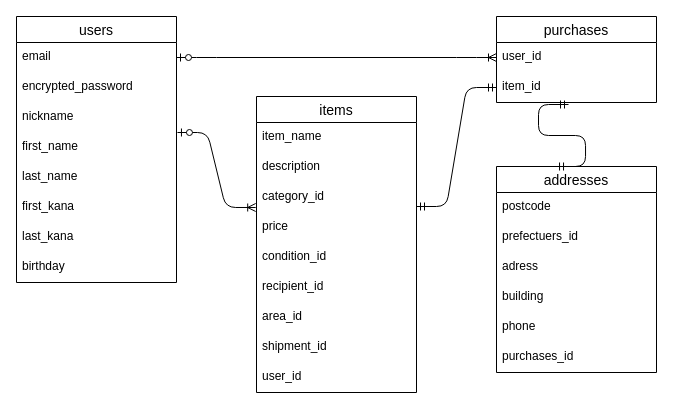
Earlier version of the draw.io diagram ER.dio (datiko1115/baton_app5). Source tidied: cells renumbered, new cells numbered last; positions are measured from the earlier drawing's top-left corner, leaving out a move shared by most shapes. Both pictures are drawn from the tidied source at 100%, with x=0, y=0 at pixel (16, 16).
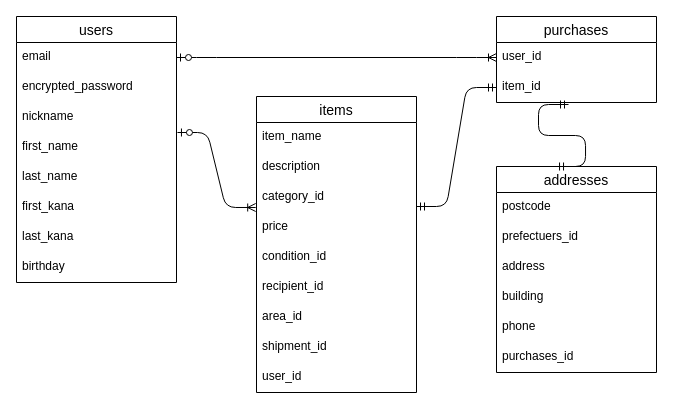
After the change.

The change refers to these unchanged cells:
```xml
<mxCell id="24" value="addresses" style="swimlane;fontStyle=0;horizontal=1;startSize=26;align=center;fontSize=14;rounded=0;" parent="1" vertex="1">
  <mxGeometry x="480" y="150" width="160" height="206" as="geometry" />
</mxCell>
```

What changed in the source:
```diff
@@
-    <mxCell id="27" value="adress" style="text;strokeColor=none;fillColor=none;spacingLeft=4;spacingRight=4;overflow=hidden;fontSize=12;rounded=0;" parent="24" vertex="1">
+    <mxCell id="27" value="address" style="text;strokeColor=none;fillColor=none;spacingLeft=4;spacingRight=4;overflow=hidden;fontSize=12;rounded=0;" parent="24" vertex="1">
       <mxGeometry y="86" width="160" height="30" as="geometry" />
     </mxCell>
```
